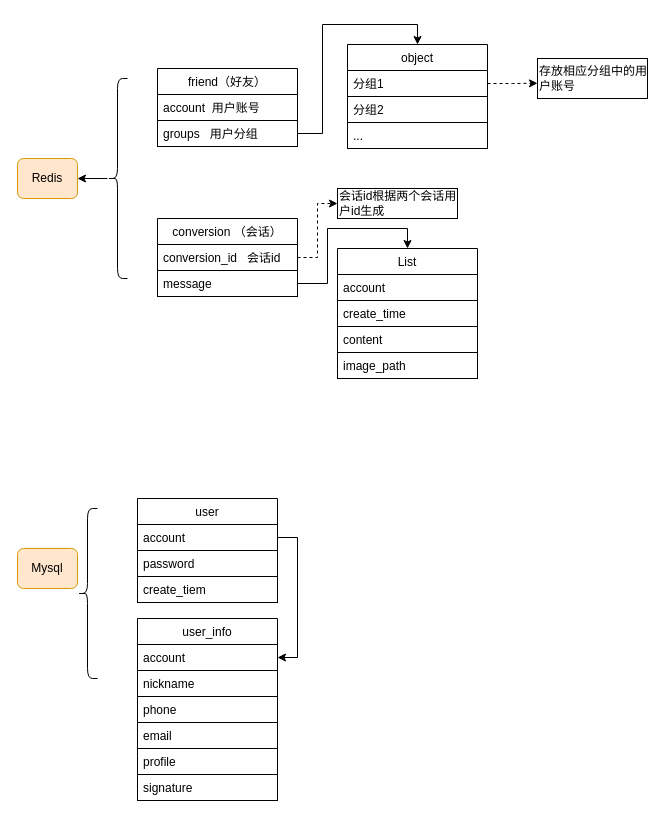
The draw.io diagram server流程.drawio in Nick87-xkk/chat_server, before the edit. Source tidied: cells renumbered, new cells numbered last; positions are measured from the earlier drawing's top-left corner, leaving out a move shared by most shapes. Both pictures are drawn from the tidied source at 100%, with x=0, y=0 at pixel (17, 44).
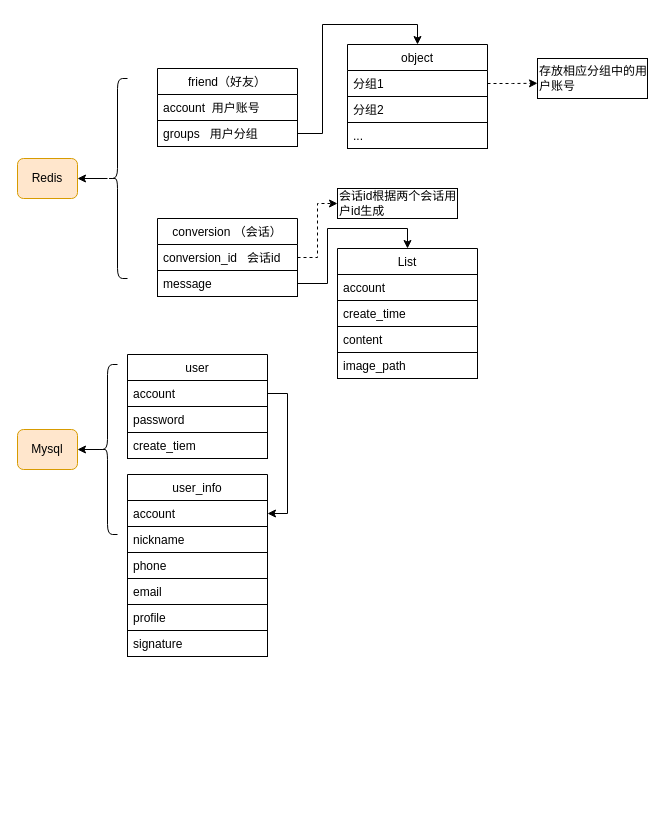
Above is the later version.

Change to the diagram source:
```diff
@@
     <mxCell id="26" value="Mysql" style="whiteSpace=wrap;html=1;rounded=1;align=center;strokeColor=#d79b00;fillColor=#ffe6cc;" parent="1" vertex="1">
-      <mxGeometry y="504" width="60" height="40" as="geometry" />
+      <mxGeometry y="385" width="60" height="40" as="geometry" />
     </mxCell>
     <mxCell id="27" value="user" style="swimlane;fontStyle=0;horizontal=1;startSize=26;fillColor=none;strokeColor=default;align=center;" parent="1" vertex="1">
-      <mxGeometry x="120" y="454" width="140" height="104" as="geometry" />
+      <mxGeometry x="110" y="310" width="140" height="104" as="geometry" />
     </mxCell>
@@
     <mxCell id="31" value="user_info" style="swimlane;fontStyle=0;horizontal=1;startSize=26;fillColor=none;strokeColor=default;align=center;" parent="1" vertex="1">
-      <mxGeometry x="120" y="574" width="140" height="182" as="geometry" />
+      <mxGeometry x="110" y="430" width="140" height="182" as="geometry" />
     </mxCell>
@@
+    <mxCell id="40" style="edgeStyle=orthogonalEdgeStyle;rounded=0;jettySize=auto;html=1;exitX=0.1;exitY=0.5;exitDx=0;exitDy=0;exitPerimeter=0;entryX=1;entryY=0.5;entryDx=0;entryDy=0;" parent="1" edge="1" source="39" target="26">
+      <mxGeometry relative="1" as="geometry" />
+    </mxCell>
     <mxCell id="39" style="shape=curlyBracket;whiteSpace=wrap;html=1;rounded=1;strokeColor=default;fillColor=default;align=center;" parent="1" vertex="1">
-      <mxGeometry x="60" y="464" width="20" height="170" as="geometry" />
+      <mxGeometry x="80" y="320" width="20" height="170" as="geometry" />
     </mxCell>
```
